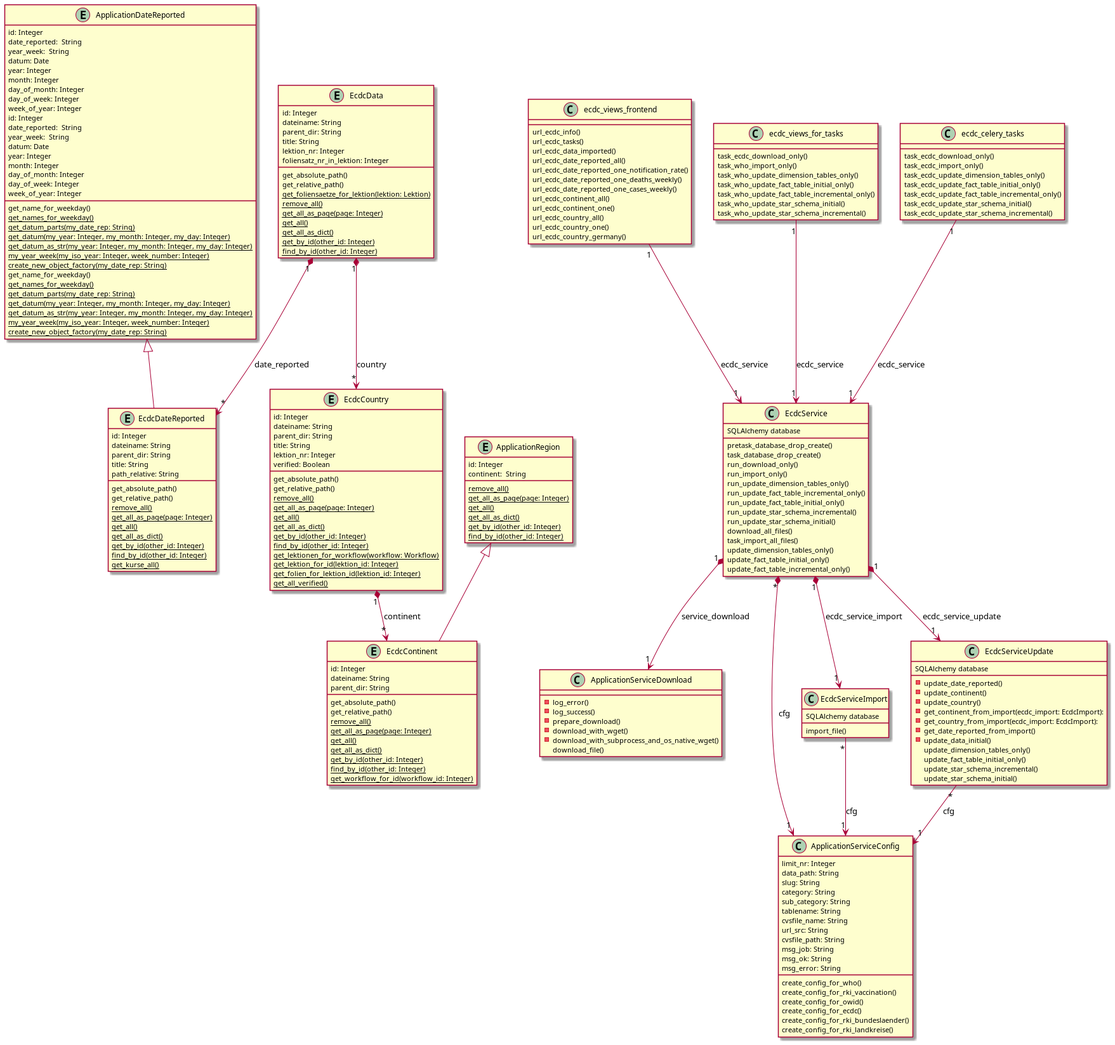
thomaswoehlke/covid19python keeps this PlantUML diagram as docs/uml_blueprints/ecdc/ecdc_domain_model.png. Above is the earlier version.
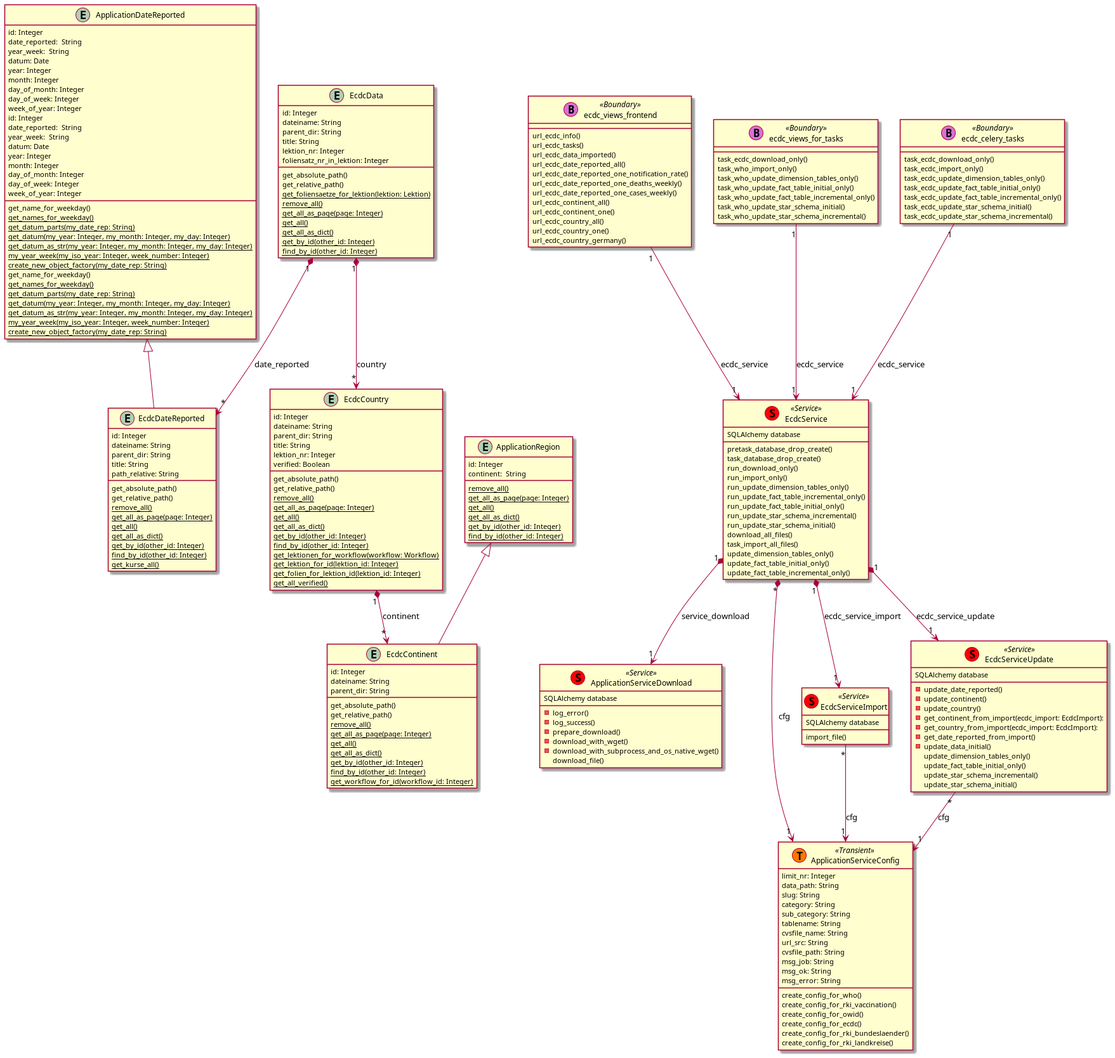
The same diagram one commit later.

Change to the diagram source:
```diff
@@ -112,7 +112,7 @@
     {classifier} get_by_id(other_id: Integer)
     {classifier} find_by_id(other_id: Integer)
 }
-class ApplicationServiceDownload {
+class ApplicationServiceDownload << (S,red) Service >> {
 	-log_error()
 	-log_success()
 	-prepare_download()
@@ -120,7 +120,7 @@
 	-download_with_subprocess_and_os_native_wget()
 	download_file()
 }
-class ApplicationServiceConfig {
+class ApplicationServiceConfig << (T,#FF7700) Transient >> {
 	limit_nr: Integer
     data_path: String
     slug: String
@@ -140,7 +140,7 @@
 	create_config_for_rki_bundeslaender()
 	create_config_for_rki_landkreise()
 }
-class EcdcService {
+class EcdcService << (S,red) Service >> {
 	pretask_database_drop_create()
 	task_database_drop_create()
 	run_download_only()
@@ -156,10 +156,10 @@
 	update_fact_table_initial_only()
 	update_fact_table_incremental_only()
 }
-class EcdcServiceImport {
+class EcdcServiceImport << (S,red) Service >> {
 	import_file()
 }
-class EcdcServiceUpdate {
+class EcdcServiceUpdate << (S,red) Service >> {
 	-update_date_reported()
 	-update_continent()
 	-update_country()
@@ -172,7 +172,7 @@
     update_star_schema_incremental()
 	update_star_schema_initial()
 }
-class ecdc_views_frontend {
+class ecdc_views_frontend << (B,orchid) Boundary >> {
 	url_ecdc_info()
 	url_ecdc_tasks()
 	url_ecdc_data_imported()
@@ -186,7 +186,7 @@
 	url_ecdc_country_one()
 	url_ecdc_country_germany()
 }
-class ecdc_views_for_tasks {
+class ecdc_views_for_tasks << (B,orchid) Boundary >> {
 	task_ecdc_download_only()
 	task_who_import_only()
 	task_who_update_dimension_tables_only()
@@ -195,7 +195,7 @@
 	task_who_update_star_schema_initial()
 	task_who_update_star_schema_incremental()
 }
-class ecdc_celery_tasks {
+class ecdc_celery_tasks << (B,orchid) Boundary >> {
 	task_ecdc_download_only()
 	task_ecdc_import_only()
 	task_ecdc_update_dimension_tables_only()
@@ -204,6 +204,7 @@
 	task_ecdc_update_star_schema_initial()
 	task_ecdc_update_star_schema_incremental()
 }
+ApplicationServiceDownload : SQLAlchemy database
 EcdcServiceImport : SQLAlchemy database
 EcdcServiceUpdate : SQLAlchemy database
 EcdcService : SQLAlchemy database
```
